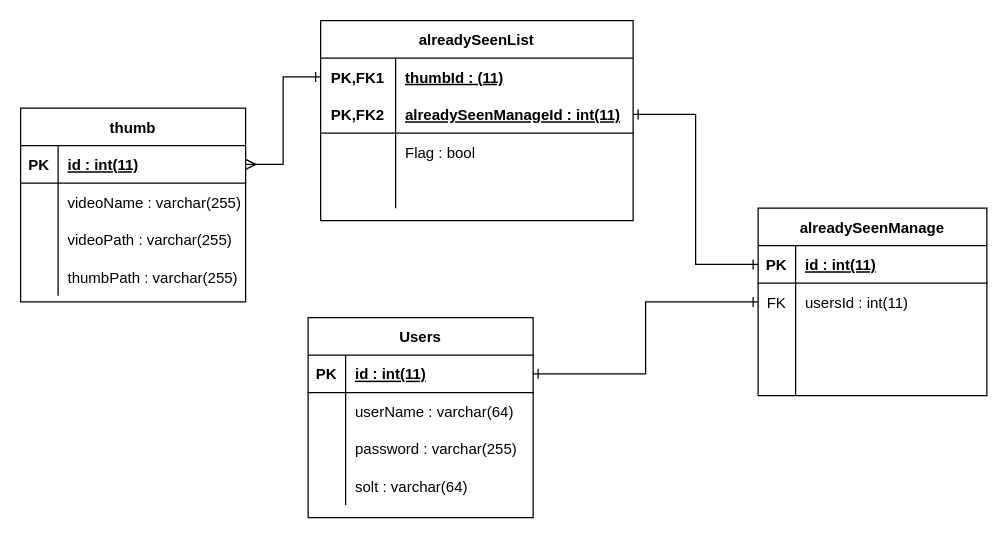
Before: database.drawio in ue8d/VideoServer, a draw.io diagram. Source tidied: cells renumbered, new cells numbered last; positions are measured from the earlier drawing's top-left corner, leaving out a move shared by most shapes. Both pictures are drawn from the tidied source at 125%, with x=0, y=0 at pixel (20, 20).
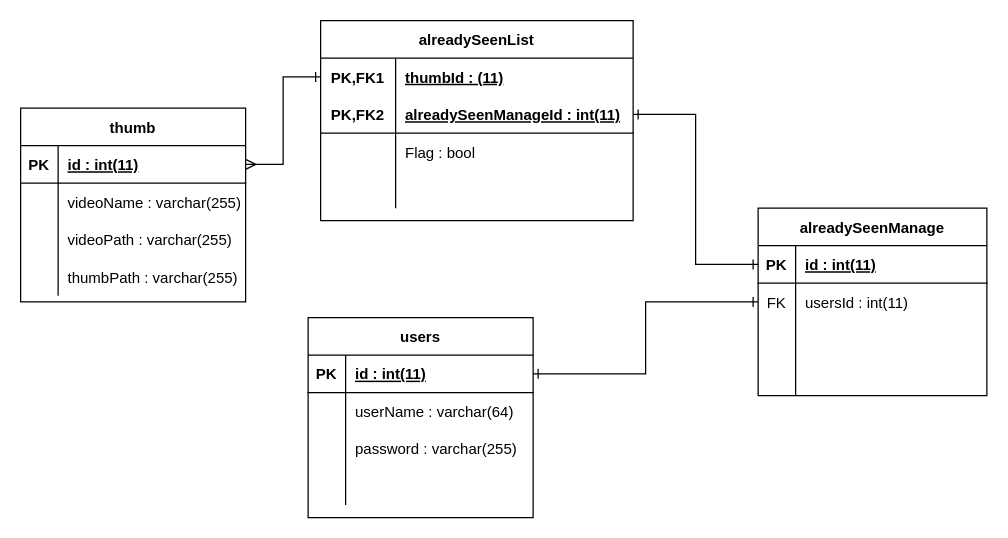
Above is the later version.

Commit message:
テーブル名の修正

Unchanged cells that the change refers to:
```xml
<mxCell id="13" style="shape=partialRectangle;fillColor=none;top=0;left=0;bottom=0;right=0;" parent="3" vertex="1">
  <mxGeometry y="120" width="180" height="30" as="geometry" />
</mxCell>
```

Change to the diagram source:
```diff
@@
-    <mxCell id="3" value="Users" style="shape=table;startSize=30;childLayout=tableLayout;rowLines=0;fontStyle=1;align=center;" parent="1" vertex="1">
+    <mxCell id="3" value="users" style="shape=table;startSize=30;childLayout=tableLayout;rowLines=0;fontStyle=1;align=center;" parent="1" vertex="1">
       <mxGeometry x="230" y="237.5" width="180" height="160" as="geometry" />
     </mxCell>
@@
-    <mxCell id="15" value="solt : varchar(64)" style="shape=partialRectangle;fillColor=none;top=0;left=0;bottom=0;right=0;align=left;spacingLeft=6;overflow=hidden;" parent="13" vertex="1">
+    <mxCell id="15" style="shape=partialRectangle;fillColor=none;top=0;left=0;bottom=0;right=0;align=left;spacingLeft=6;overflow=hidden;" parent="13" vertex="1">
       <mxGeometry x="30" width="150" height="30" as="geometry" />
     </mxCell>
```
